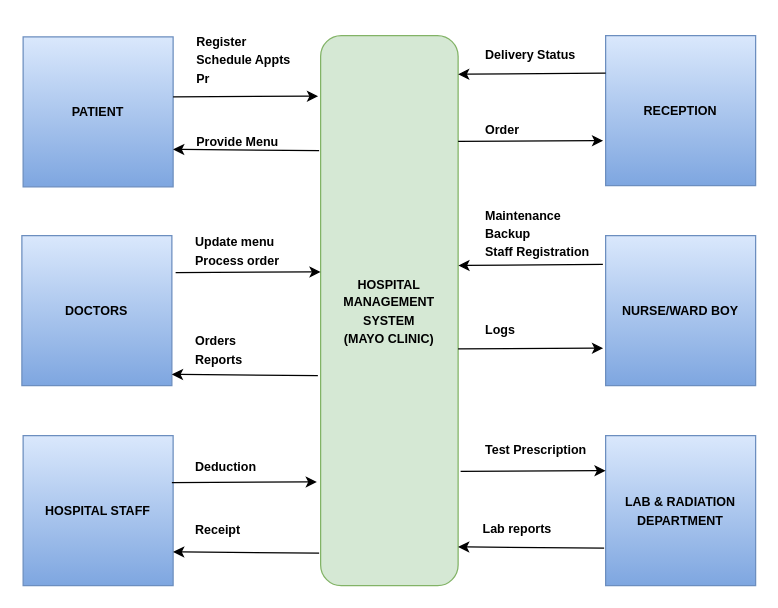
The draw.io diagram page "Context Diagram" (3 of 7) of HMS.drawio in ysebega/ysebega, before the edit. Source tidied: cells renumbered, new cells numbered last; positions are measured from the earlier drawing's top-left corner, leaving out a move shared by most shapes. Both pictures are drawn from the tidied source at 125%, with x=0, y=0 at pixel (21, 21).
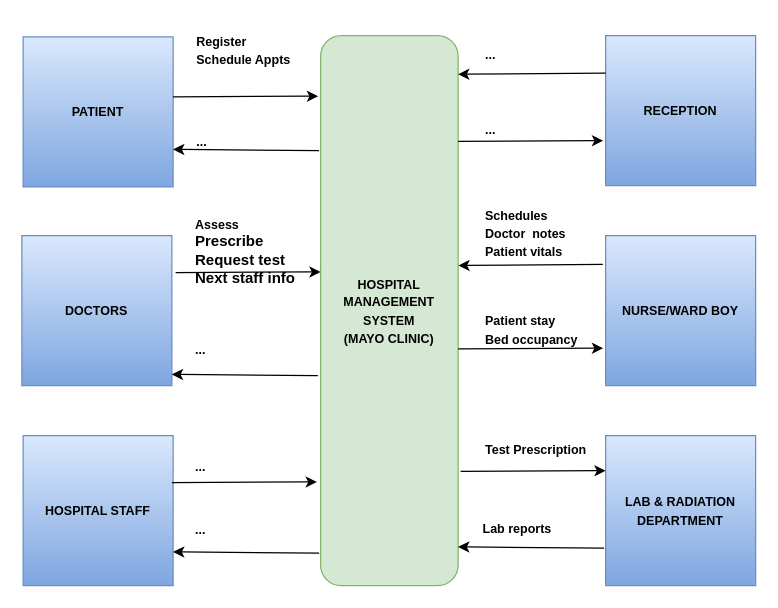
Above is the later version.

Change to the diagram source:
```diff
@@
-    <mxCell id="10" value="&lt;font style=&quot;font-size: 10px;&quot;&gt;Register&lt;br&gt;Schedule Appts&lt;br&gt;Pr&lt;/font&gt;" style="text;html=1;strokeColor=none;fillColor=none;align=left;verticalAlign=middle;whiteSpace=wrap;rounded=0;fontStyle=1;" parent="1" vertex="1">
+    <mxCell id="10" value="&lt;font style=&quot;font-size: 10px;&quot;&gt;Register&lt;br&gt;Schedule Appts&lt;br&gt;&lt;br&gt;&lt;/font&gt;" style="text;html=1;strokeColor=none;fillColor=none;align=left;verticalAlign=middle;whiteSpace=wrap;rounded=0;fontStyle=1;" parent="1" vertex="1">
       <mxGeometry x="138" width="90" height="60" as="geometry" />
     </mxCell>
-    <mxCell id="11" value="&lt;span style=&quot;font-size: 10px;&quot;&gt;Provide Menu&lt;/span&gt;" style="text;html=1;strokeColor=none;fillColor=none;align=left;verticalAlign=middle;whiteSpace=wrap;rounded=0;fontStyle=1;" parent="1" vertex="1">
+    <mxCell id="11" value="&lt;span style=&quot;font-size: 10px;&quot;&gt;...&lt;/span&gt;" style="text;html=1;strokeColor=none;fillColor=none;align=left;verticalAlign=middle;whiteSpace=wrap;rounded=0;fontStyle=1;" parent="1" vertex="1">
       <mxGeometry x="138" y="81" width="90" height="29" as="geometry" />
     </mxCell>
@@
-    <mxCell id="20" value="&lt;span style=&quot;font-size: 10px;&quot;&gt;Update menu&lt;br&gt;Process order&lt;/span&gt;" style="text;html=1;strokeColor=none;fillColor=none;align=left;verticalAlign=middle;whiteSpace=wrap;rounded=0;fontStyle=1;" parent="1" vertex="1">
+    <mxCell id="20" value="&lt;span style=&quot;font-size: 10px;&quot;&gt;Assess&lt;br&gt;&lt;/span&gt;Prescribe&lt;br&gt;Request test&lt;br&gt;Next staff info&lt;br&gt;" style="text;html=1;strokeColor=none;fillColor=none;align=left;verticalAlign=middle;whiteSpace=wrap;rounded=0;fontStyle=1;" parent="1" vertex="1">
       <mxGeometry x="137" y="168" width="90" height="29" as="geometry" />
     </mxCell>
-    <mxCell id="21" value="&lt;span style=&quot;font-size: 10px;&quot;&gt;Orders&lt;br&gt;Reports&lt;br&gt;&lt;/span&gt;" style="text;html=1;strokeColor=none;fillColor=none;align=left;verticalAlign=middle;whiteSpace=wrap;rounded=0;fontStyle=1;" parent="1" vertex="1">
+    <mxCell id="21" value="&lt;span style=&quot;font-size: 10px;&quot;&gt;...&lt;br&gt;&lt;/span&gt;" style="text;html=1;strokeColor=none;fillColor=none;align=left;verticalAlign=middle;whiteSpace=wrap;rounded=0;fontStyle=1;" parent="1" vertex="1">
       <mxGeometry x="137" y="242" width="102" height="39" as="geometry" />
     </mxCell>
-    <mxCell id="22" value="&lt;span style=&quot;font-size: 10px;&quot;&gt;Deduction&lt;/span&gt;" style="text;html=1;strokeColor=none;fillColor=none;align=left;verticalAlign=middle;whiteSpace=wrap;rounded=0;fontStyle=1;" parent="1" vertex="1">
+    <mxCell id="22" value="&lt;span style=&quot;font-size: 10px;&quot;&gt;...&lt;/span&gt;" style="text;html=1;strokeColor=none;fillColor=none;align=left;verticalAlign=middle;whiteSpace=wrap;rounded=0;fontStyle=1;" parent="1" vertex="1">
       <mxGeometry x="137" y="341" width="90" height="29" as="geometry" />
     </mxCell>
-    <mxCell id="23" value="&lt;span style=&quot;font-size: 10px;&quot;&gt;Receipt&lt;/span&gt;" style="text;html=1;strokeColor=none;fillColor=none;align=left;verticalAlign=middle;whiteSpace=wrap;rounded=0;fontStyle=1;" parent="1" vertex="1">
+    <mxCell id="23" value="&lt;span style=&quot;font-size: 10px;&quot;&gt;...&lt;/span&gt;" style="text;html=1;strokeColor=none;fillColor=none;align=left;verticalAlign=middle;whiteSpace=wrap;rounded=0;fontStyle=1;" parent="1" vertex="1">
       <mxGeometry x="137" y="391" width="90" height="29" as="geometry" />
     </mxCell>
-    <mxCell id="24" value="&lt;span style=&quot;font-size: 10px;&quot;&gt;Delivery Status&lt;/span&gt;" style="text;html=1;strokeColor=none;fillColor=none;align=left;verticalAlign=middle;whiteSpace=wrap;rounded=0;fontStyle=1;" parent="1" vertex="1">
+    <mxCell id="24" value="&lt;span style=&quot;font-size: 10px;&quot;&gt;...&lt;/span&gt;" style="text;html=1;strokeColor=none;fillColor=none;align=left;verticalAlign=middle;whiteSpace=wrap;rounded=0;fontStyle=1;" parent="1" vertex="1">
       <mxGeometry x="369" y="11" width="90" height="29" as="geometry" />
     </mxCell>
-    <mxCell id="25" value="&lt;span style=&quot;font-size: 10px;&quot;&gt;Order&lt;/span&gt;" style="text;html=1;strokeColor=none;fillColor=none;align=left;verticalAlign=middle;whiteSpace=wrap;rounded=0;fontStyle=1;" parent="1" vertex="1">
+    <mxCell id="25" value="&lt;span style=&quot;font-size: 10px;&quot;&gt;...&lt;/span&gt;" style="text;html=1;strokeColor=none;fillColor=none;align=left;verticalAlign=middle;whiteSpace=wrap;rounded=0;fontStyle=1;" parent="1" vertex="1">
       <mxGeometry x="369" y="71" width="90" height="29" as="geometry" />
     </mxCell>
-    <mxCell id="26" value="&lt;span style=&quot;font-size: 10px;&quot;&gt;Maintenance&lt;br&gt;Backup&lt;br&gt;Staff Registration&lt;br&gt;&lt;br&gt;&lt;/span&gt;" style="text;html=1;strokeColor=none;fillColor=none;align=left;verticalAlign=middle;whiteSpace=wrap;rounded=0;fontStyle=1;" parent="1" vertex="1">
+    <mxCell id="26" value="&lt;span style=&quot;font-size: 10px;&quot;&gt;Schedules&lt;br&gt;Doctor&amp;nbsp; notes&lt;br&gt;Patient vitals&lt;br&gt;&lt;br&gt;&lt;/span&gt;" style="text;html=1;strokeColor=none;fillColor=none;align=left;verticalAlign=middle;whiteSpace=wrap;rounded=0;fontStyle=1;" parent="1" vertex="1">
       <mxGeometry x="369" y="151" width="90" height="49" as="geometry" />
     </mxCell>
-    <mxCell id="27" value="&lt;span style=&quot;font-size: 10px;&quot;&gt;Logs&lt;/span&gt;" style="text;html=1;strokeColor=none;fillColor=none;align=left;verticalAlign=middle;whiteSpace=wrap;rounded=0;fontStyle=1;" parent="1" vertex="1">
+    <mxCell id="27" value="&lt;span style=&quot;font-size: 10px;&quot;&gt;Patient stay&lt;br&gt;Bed occupancy&lt;br&gt;&lt;/span&gt;" style="text;html=1;strokeColor=none;fillColor=none;align=left;verticalAlign=middle;whiteSpace=wrap;rounded=0;fontStyle=1;" parent="1" vertex="1">
       <mxGeometry x="369" y="231" width="90" height="29" as="geometry" />
     </mxCell>
```
